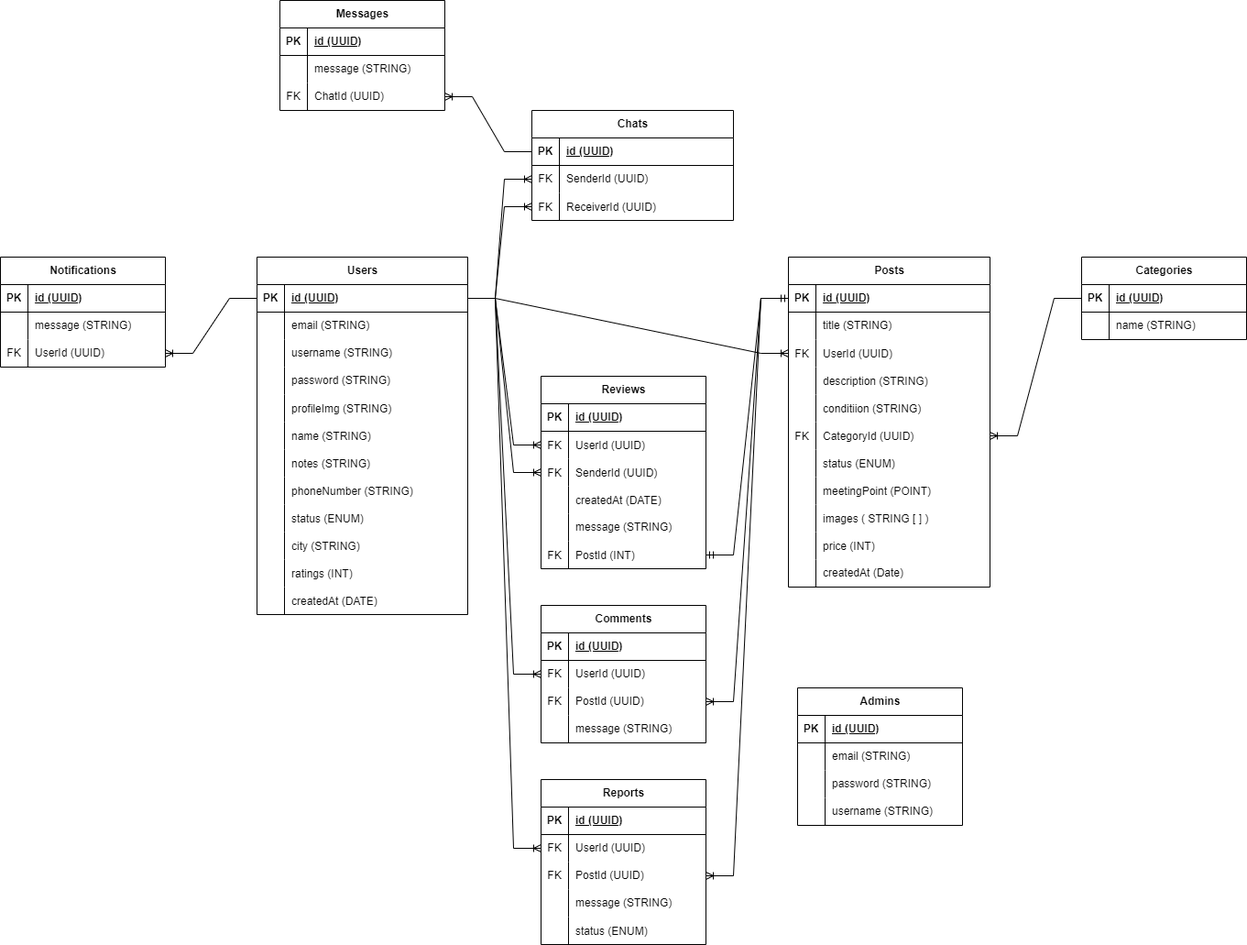
Above: schema_erd.png in TukarMainan/server (draw.io), before the change. Source tidied: cells renumbered, new cells last; positions are measured from the earlier drawing's top-left corner, leaving out a move shared by most shapes.
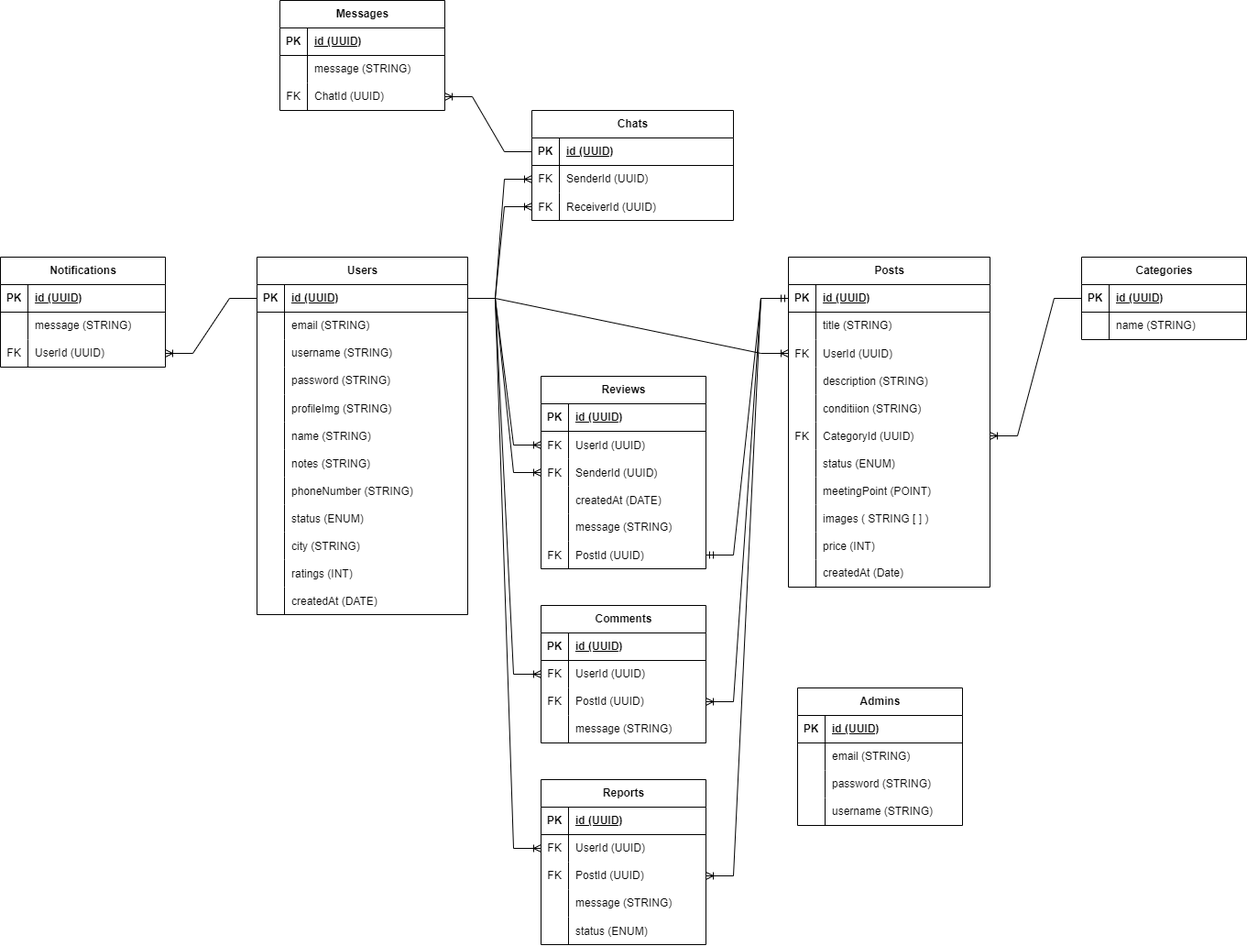
After the change.

Commit message:
refactor: update schema_erd PostId datatype on table reviews

What changed in the source:
```diff
@@ -338,7 +338,7 @@
     <mxCell id="113" value="FK" style="shape=partialRectangle;fillColor=none;top=0;left=0;bottom=0;right=0;overflow=hidden;" parent="112" vertex="1">
       <mxGeometry width="30" height="30" as="geometry" />
     </mxCell>
-    <mxCell id="114" value="PostId (INT)" style="shape=partialRectangle;fillColor=none;top=0;left=0;bottom=0;right=0;align=left;spacingLeft=6;overflow=hidden;" parent="112" vertex="1">
+    <mxCell id="114" value="PostId (UUID)" style="shape=partialRectangle;fillColor=none;top=0;left=0;bottom=0;right=0;align=left;spacingLeft=6;overflow=hidden;" parent="112" vertex="1">
       <mxGeometry x="30" width="150" height="30" as="geometry" />
     </mxCell>
     <mxCell id="115" style="edgeStyle=entityRelationEdgeStyle;fontSize=12;html=1;endArrow=ERoneToMany;rounded=0;entryX=0;entryY=0.5;entryDx=0;entryDy=0;exitX=1;exitY=0.5;exitDx=0;exitDy=0;" parent="1" edge="1" source="3" target="100">
```
